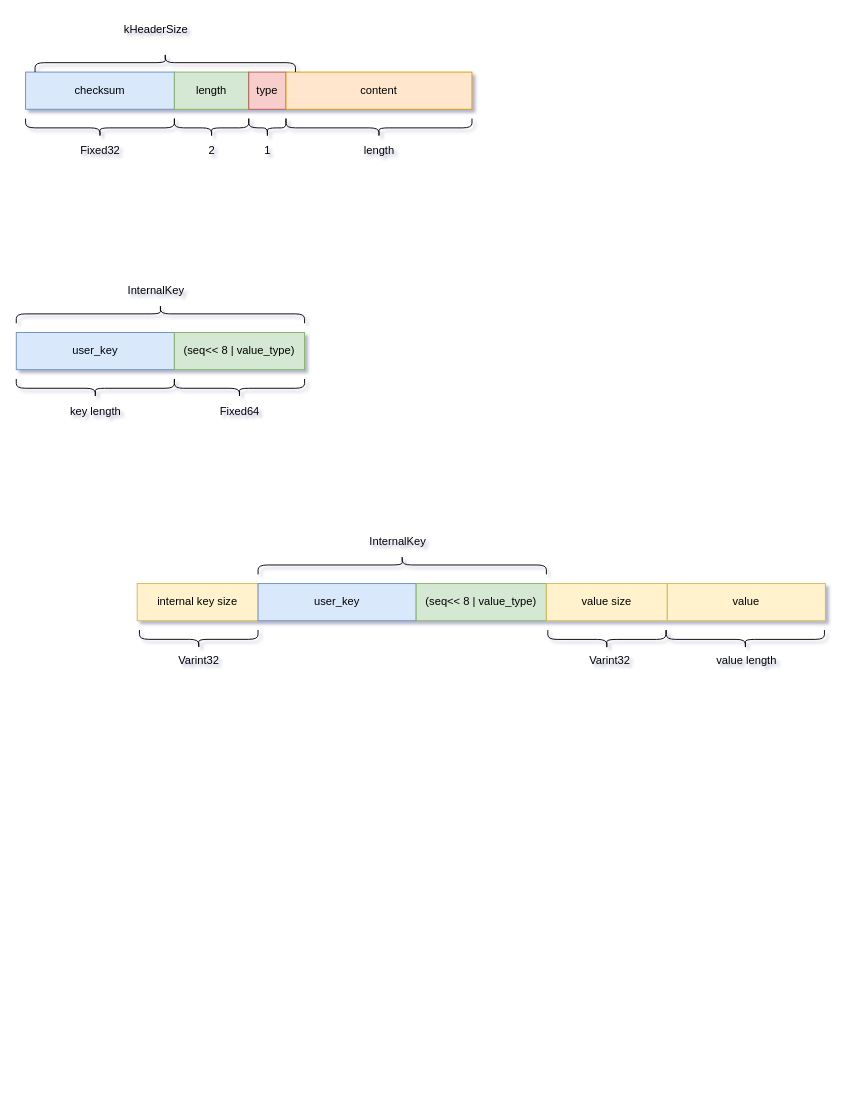
Above: page "日志" (2 of 6) of leveldb.drawio in liutimo/images_bed (draw.io), before the change. Source tidied: cells renumbered, new cells numbered last; positions are measured from the earlier drawing's top-left corner, leaving out a move shared by most shapes. Both pictures are drawn from the tidied source at 93%, with x=0, y=0 at pixel (16, -68).
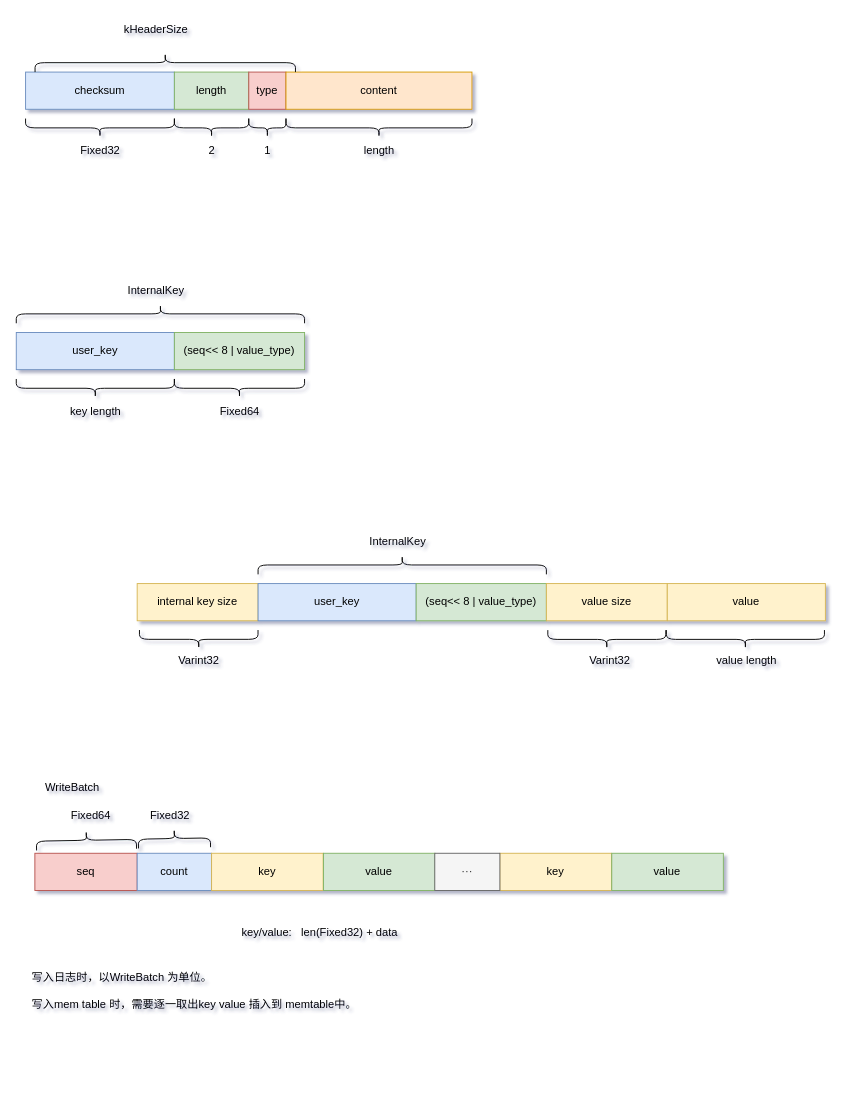
After the change.

Diff of the diagram source:
```diff
@@
+    <mxCell id="37" value="WriteBatch" style="text;html=1;align=center;verticalAlign=middle;strokeColor=none;fillColor=none;" parent="1" vertex="1">
+      <mxGeometry x="20" y="905.4" width="80" height="30" as="geometry" />
+    </mxCell>
+    <mxCell id="38" value="seq" style="rounded=0;whiteSpace=wrap;html=1;fillColor=#f8cecc;strokeColor=#b85450;" parent="1" vertex="1">
+      <mxGeometry x="20" y="990" width="110" height="40" as="geometry" />
+    </mxCell>
+    <mxCell id="39" value="count" style="rounded=0;whiteSpace=wrap;html=1;fillColor=#dae8fc;strokeColor=#6c8ebf;" parent="1" vertex="1">
+      <mxGeometry x="130" y="990" width="80" height="40" as="geometry" />
+    </mxCell>
+    <mxCell id="40" value="Fixed32" style="text;html=1;align=center;verticalAlign=middle;strokeColor=none;fillColor=none;" parent="1" vertex="1">
+      <mxGeometry x="130" y="935.4" width="70" height="30" as="geometry" />
+    </mxCell>
+    <mxCell id="41" style="shape=curlyBracket;whiteSpace=wrap;html=1;rounded=1;labelPosition=left;verticalLabelPosition=middle;align=right;verticalAlign=middle;rotation=89;" parent="1" vertex="1">
+      <mxGeometry x="160" y="935.4" width="20" height="77.5" as="geometry" />
+    </mxCell>
+    <mxCell id="42" value="key" style="rounded=0;whiteSpace=wrap;html=1;fillColor=#fff2cc;strokeColor=#d6b656;" parent="1" vertex="1">
+      <mxGeometry x="210" y="990" width="120" height="40" as="geometry" />
+    </mxCell>
+    <mxCell id="43" value="value" style="rounded=0;whiteSpace=wrap;html=1;fillColor=#d5e8d4;strokeColor=#82b366;" parent="1" vertex="1">
+      <mxGeometry x="330.3" y="990" width="120" height="40" as="geometry" />
+    </mxCell>
+    <mxCell id="44" style="shape=curlyBracket;whiteSpace=wrap;html=1;rounded=1;labelPosition=left;verticalLabelPosition=middle;align=right;verticalAlign=middle;rotation=89;" parent="1" vertex="1">
+      <mxGeometry x="65.4" y="922.3" width="20" height="107.5" as="geometry" />
+    </mxCell>
+    <mxCell id="45" value="Fixed64" style="text;html=1;align=center;verticalAlign=middle;strokeColor=none;fillColor=none;" parent="1" vertex="1">
+      <mxGeometry x="45" y="935.4" width="70" height="30" as="geometry" />
+    </mxCell>
+    <mxCell id="46" value="key/value:&amp;nbsp; &amp;nbsp;len(Fixed32) + data" style="text;html=1;align=center;verticalAlign=middle;strokeColor=none;fillColor=none;" parent="1" vertex="1">
+      <mxGeometry x="231.2" y="1060" width="190" height="30" as="geometry" />
+    </mxCell>
+    <mxCell id="47" value="写入日志时，以WriteBatch 为单位。&lt;div&gt;&lt;br&gt;&lt;/div&gt;&lt;div&gt;写入mem table 时，需要逐一取出key value 插入到 memtable中。&lt;/div&gt;" style="text;html=1;whiteSpace=wrap;overflow=hidden;rounded=0;" parent="1" vertex="1">
+      <mxGeometry x="15" y="1110" width="750" height="120" as="geometry" />
+    </mxCell>
+    <mxCell id="48" value="key" style="rounded=0;whiteSpace=wrap;html=1;fillColor=#fff2cc;strokeColor=#d6b656;" parent="1" vertex="1">
+      <mxGeometry x="520" y="990" width="120" height="40" as="geometry" />
+    </mxCell>
+    <mxCell id="49" value="value" style="rounded=0;whiteSpace=wrap;html=1;fillColor=#d5e8d4;strokeColor=#82b366;" parent="1" vertex="1">
+      <mxGeometry x="640.3" y="990" width="120" height="40" as="geometry" />
+    </mxCell>
+    <mxCell id="50" value="···" style="rounded=0;whiteSpace=wrap;html=1;fillColor=#f5f5f5;fontColor=#333333;strokeColor=#666666;" parent="1" vertex="1">
+      <mxGeometry x="450" y="990" width="70" height="40" as="geometry" />
+    </mxCell>
```
